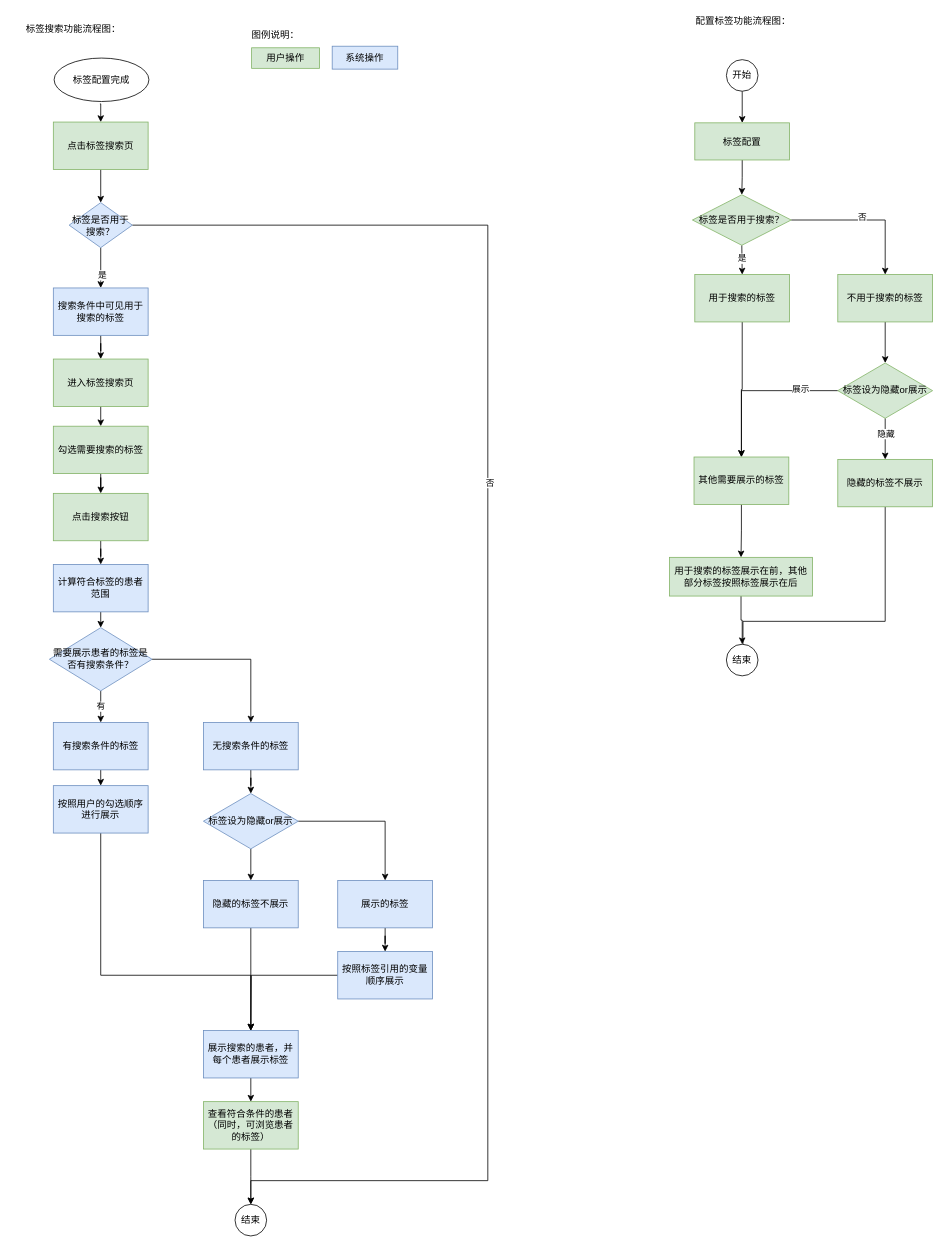
Before: 未命名绘图.drawio in ElsaTravel/hello-world, a draw.io diagram. Source tidied: cells renumbered, new cells numbered last; positions are measured from the earlier drawing's top-left corner, leaving out a move shared by most shapes. Both pictures are drawn from the tidied source at 79%, with x=0, y=0 at pixel (13, 13).
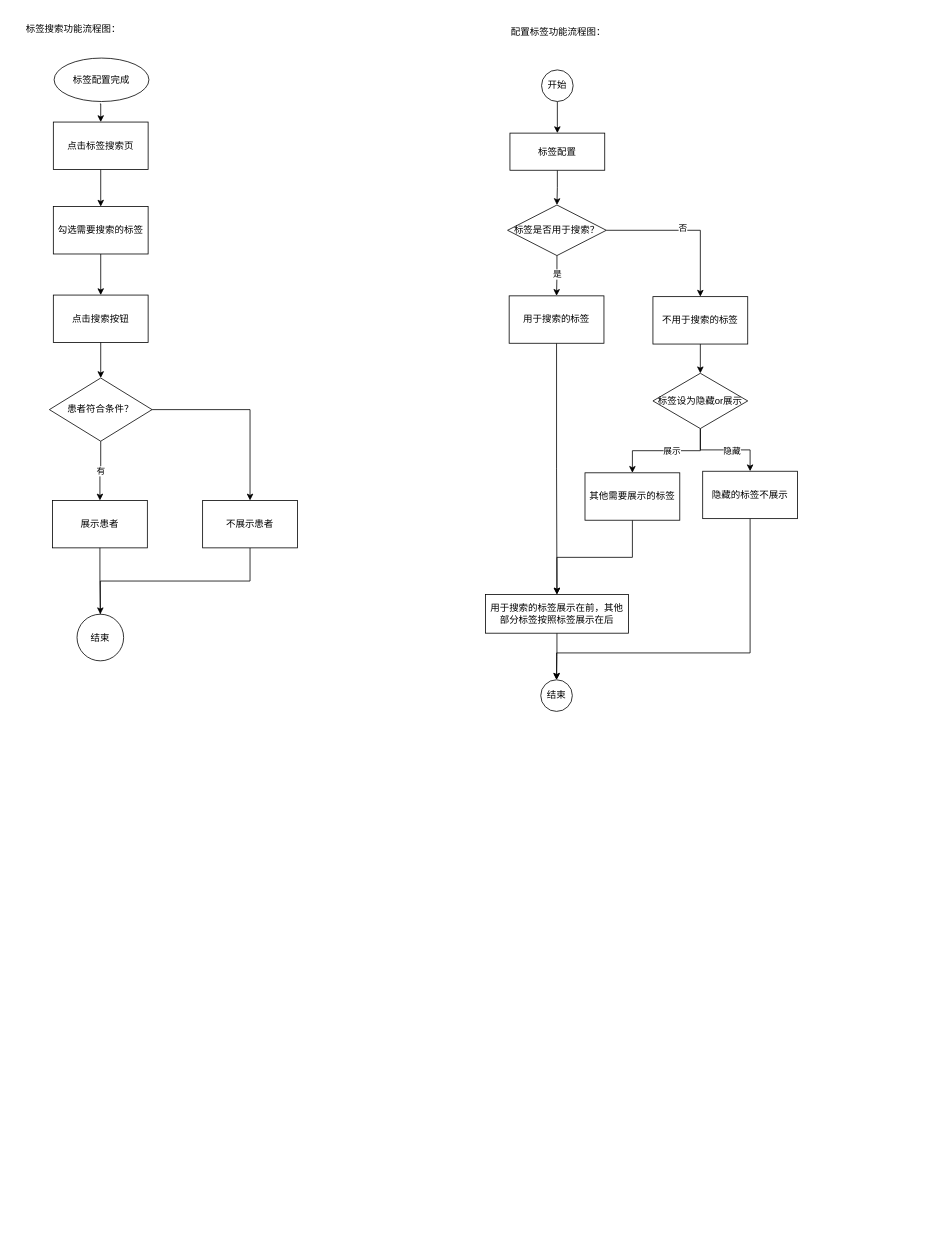
After the change.

Commit message:
更新未命名绘图.drawio

Unchanged cells that the change refers to:
```xml
<mxCell id="54" style="edgeStyle=orthogonalEdgeStyle;rounded=0;jettySize=auto;html=1;entryX=0.5;entryY=0;entryDx=0;entryDy=0;" parent="1" edge="1" source="58" target="60">
  <mxGeometry relative="1" as="geometry" />
</mxCell>
<mxCell id="56" style="edgeStyle=orthogonalEdgeStyle;rounded=0;jettySize=auto;html=1;entryX=0.5;entryY=0;entryDx=0;entryDy=0;" parent="1" edge="1" source="58" target="62">
  <mxGeometry relative="1" as="geometry" />
</mxCell>
```

What changed in the source:
```diff
@@
-    <mxCell id="2" style="edgeStyle=orthogonalEdgeStyle;rounded=0;jettySize=auto;html=1;" parent="1" edge="1" source="3" target="8">
+    <mxCell id="2" style="edgeStyle=orthogonalEdgeStyle;rounded=0;jettySize=auto;html=1;entryX=0.5;entryY=0;entryDx=0;entryDy=0;" parent="1" edge="1" source="3" target="15">
       <mxGeometry relative="1" as="geometry" />
     </mxCell>
-    <mxCell id="3" value="点击标签搜索页" style="rounded=0;whiteSpace=wrap;html=1;fillColor=#d5e8d4;strokeColor=#82b366;" parent="1" vertex="1">
+    <mxCell id="3" value="点击标签搜索页" style="rounded=0;whiteSpace=wrap;html=1;" parent="1" vertex="1">
       <mxGeometry x="50" y="137" width="120" height="60" as="geometry" />
     </mxCell>
-    <mxCell id="4" style="edgeStyle=orthogonalEdgeStyle;rounded=0;jettySize=auto;html=1;entryX=0.5;entryY=0;entryDx=0;entryDy=0;exitX=1;exitY=0.5;exitDx=0;exitDy=0;" parent="1" edge="1" source="8" target="44">
-      <mxGeometry relative="1" as="geometry">
-        <Array as="points">
-          <mxPoint x="600" y="268" />
-          <mxPoint x="600" y="1477" />
-          <mxPoint x="300" y="1477" />
-        </Array>
-      </mxGeometry>
-    </mxCell>
-    <mxCell id="5" value="否" style="edgeLabel;html=1;align=center;verticalAlign=middle;" parent="4" vertex="1">
-      <mxGeometry x="-0.22" y="2" relative="1" as="geometry" />
-    </mxCell>
-    <mxCell id="6" style="edgeStyle=orthogonalEdgeStyle;rounded=0;jettySize=auto;html=1;exitX=0.5;exitY=1;exitDx=0;exitDy=0;" parent="1" edge="1" source="8" target="11">
-      <mxGeometry relative="1" as="geometry" />
-    </mxCell>
-    <mxCell id="7" value="是" style="edgeLabel;html=1;align=center;verticalAlign=middle;" parent="6" vertex="1">
-      <mxGeometry x="0.33" y="1" relative="1" as="geometry" />
-    </mxCell>
-    <mxCell id="8" value="标签是否用于搜索？" style="rhombus;whiteSpace=wrap;html=1;fillColor=#dae8fc;strokeColor=#6c8ebf;" parent="1" vertex="1">
-      <mxGeometry x="70" y="239" width="80" height="57" as="geometry" />
-    </mxCell>
@@
-    <mxCell id="10" style="edgeStyle=orthogonalEdgeStyle;rounded=0;jettySize=auto;html=1;entryX=0.5;entryY=0;entryDx=0;entryDy=0;" parent="1" edge="1" source="11" target="13">
-      <mxGeometry relative="1" as="geometry" />
-    </mxCell>
-    <mxCell id="11" value="搜索条件中可见用于搜索的标签" style="rounded=0;whiteSpace=wrap;html=1;fillColor=#dae8fc;strokeColor=#6c8ebf;" parent="1" vertex="1">
-      <mxGeometry x="50" y="347" width="120" height="60" as="geometry" />
-    </mxCell>
-    <mxCell id="12" style="edgeStyle=orthogonalEdgeStyle;rounded=0;jettySize=auto;html=1;exitX=0.5;exitY=1;exitDx=0;exitDy=0;entryX=0.5;entryY=0;entryDx=0;entryDy=0;" parent="1" edge="1" source="13" target="15">
-      <mxGeometry relative="1" as="geometry" />
-    </mxCell>
-    <mxCell id="13" value="进入标签搜索页" style="rounded=0;whiteSpace=wrap;html=1;fillColor=#d5e8d4;strokeColor=#82b366;" parent="1" vertex="1">
-      <mxGeometry x="50" y="437" width="120" height="60" as="geometry" />
-    </mxCell>
@@
-    <mxCell id="15" value="勾选需要搜索的标签" style="rounded=0;whiteSpace=wrap;html=1;fillColor=#d5e8d4;strokeColor=#82b366;" parent="1" vertex="1">
-      <mxGeometry x="50" y="522" width="120" height="60" as="geometry" />
+    <mxCell id="15" value="勾选需要搜索的标签" style="rounded=0;whiteSpace=wrap;html=1;" parent="1" vertex="1">
+      <mxGeometry x="50" y="244" width="120" height="60" as="geometry" />
     </mxCell>
-    <mxCell id="16" value="用户操作" style="rounded=0;whiteSpace=wrap;html=1;fillColor=#d5e8d4;strokeColor=#82b366;" parent="1" vertex="1">
-      <mxGeometry x="301" y="43" width="86" height="26" as="geometry" />
-    </mxCell>
-    <mxCell id="17" value="系统操作" style="rounded=0;whiteSpace=wrap;html=1;fillColor=#dae8fc;strokeColor=#6c8ebf;" parent="1" vertex="1">
-      <mxGeometry x="403" y="41" width="83" height="29" as="geometry" />
-    </mxCell>
-    <mxCell id="18" style="edgeStyle=orthogonalEdgeStyle;rounded=0;jettySize=auto;html=1;entryX=0.5;entryY=0;entryDx=0;entryDy=0;" parent="1" edge="1" source="19" target="21">
-      <mxGeometry relative="1" as="geometry" />
-    </mxCell>
-    <mxCell id="19" value="点击搜索按钮" style="rounded=0;whiteSpace=wrap;html=1;fillColor=#d5e8d4;strokeColor=#82b366;" parent="1" vertex="1">
-      <mxGeometry x="50" y="607" width="120" height="60" as="geometry" />
+    <mxCell id="19" value="点击搜索按钮" style="rounded=0;whiteSpace=wrap;html=1;" parent="1" vertex="1">
+      <mxGeometry x="50" y="356" width="120" height="60" as="geometry" />
     </mxCell>
-    <mxCell id="20" style="edgeStyle=orthogonalEdgeStyle;rounded=0;jettySize=auto;html=1;exitX=0.5;exitY=1;exitDx=0;exitDy=0;entryX=0.5;entryY=0;entryDx=0;entryDy=0;" parent="1" edge="1" source="21" target="24">
+    <mxCell id="20" style="edgeStyle=orthogonalEdgeStyle;rounded=0;jettySize=auto;html=1;exitX=0.5;exitY=1;exitDx=0;exitDy=0;entryX=0.5;entryY=0;entryDx=0;entryDy=0;fillColor=#d5e8d4;" parent="1" edge="1" source="19" target="24">
       <mxGeometry relative="1" as="geometry" />
     </mxCell>
-    <mxCell id="21" value="计算符合标签的患者范围" style="rounded=0;whiteSpace=wrap;html=1;fillColor=#dae8fc;strokeColor=#6c8ebf;" parent="1" vertex="1">
-      <mxGeometry x="50" y="697" width="120" height="60" as="geometry" />
-    </mxCell>
@@
-    <mxCell id="24" value="需要展示患者的标签是否有搜索条件？" style="rhombus;whiteSpace=wrap;html=1;fillColor=#dae8fc;strokeColor=#6c8ebf;" parent="1" vertex="1">
-      <mxGeometry x="45" y="777" width="130" height="80" as="geometry" />
+    <mxCell id="24" value="患者符合条件？" style="rhombus;whiteSpace=wrap;html=1;" parent="1" vertex="1">
+      <mxGeometry x="45" y="461" width="130" height="80" as="geometry" />
     </mxCell>
-    <mxCell id="25" style="edgeStyle=orthogonalEdgeStyle;rounded=0;jettySize=auto;html=1;exitX=0.5;exitY=1;exitDx=0;exitDy=0;entryX=0.5;entryY=0;entryDx=0;entryDy=0;" parent="1" edge="1" source="26" target="30">
-      <mxGeometry relative="1" as="geometry" />
-    </mxCell>
-    <mxCell id="26" value="有搜索条件的标签" style="rounded=0;whiteSpace=wrap;html=1;fillColor=#dae8fc;strokeColor=#6c8ebf;" parent="1" vertex="1">
-      <mxGeometry x="50" y="897" width="120" height="60" as="geometry" />
+    <mxCell id="26" value="展示患者" style="rounded=0;whiteSpace=wrap;html=1;" parent="1" vertex="1">
+      <mxGeometry x="49" y="616" width="120" height="60" as="geometry" />
     </mxCell>
-    <mxCell id="27" style="edgeStyle=orthogonalEdgeStyle;rounded=0;jettySize=auto;html=1;entryX=0.5;entryY=0;entryDx=0;entryDy=0;" parent="1" edge="1" source="28" target="33">
-      <mxGeometry relative="1" as="geometry" />
-    </mxCell>
+    <mxCell id="75" style="edgeStyle=orthogonalEdgeStyle;rounded=0;jettySize=auto;html=1;exitX=0.5;exitY=1;exitDx=0;exitDy=0;" parent="1" edge="1" source="28" target="44">
+      <mxGeometry relative="1" as="geometry" />
+    </mxCell>
-    <mxCell id="28" value="无搜索条件的标签" style="rounded=0;whiteSpace=wrap;html=1;fillColor=#dae8fc;strokeColor=#6c8ebf;" parent="1" vertex="1">
-      <mxGeometry x="240" y="897" width="120" height="60" as="geometry" />
+    <mxCell id="28" value="不展示患者" style="rounded=0;whiteSpace=wrap;html=1;" parent="1" vertex="1">
+      <mxGeometry x="239" y="616" width="120" height="60" as="geometry" />
     </mxCell>
-    <mxCell id="29" style="edgeStyle=orthogonalEdgeStyle;rounded=0;jettySize=auto;html=1;exitX=0.5;exitY=1;exitDx=0;exitDy=0;" parent="1" edge="1" source="30" target="41">
-      <mxGeometry relative="1" as="geometry">
-        <Array as="points">
-          <mxPoint x="110" y="1217" />
-          <mxPoint x="300" y="1217" />
-        </Array>
-      </mxGeometry>
-    </mxCell>
-    <mxCell id="30" value="按照用户的勾选顺序进行展示" style="rounded=0;whiteSpace=wrap;html=1;fillColor=#dae8fc;strokeColor=#6c8ebf;" parent="1" vertex="1">
-      <mxGeometry x="50" y="977" width="120" height="60" as="geometry" />
-    </mxCell>
-    <mxCell id="31" style="edgeStyle=orthogonalEdgeStyle;rounded=0;jettySize=auto;html=1;entryX=0.5;entryY=0;entryDx=0;entryDy=0;" parent="1" edge="1" source="33" target="35">
-      <mxGeometry relative="1" as="geometry" />
-    </mxCell>
-    <mxCell id="32" style="edgeStyle=orthogonalEdgeStyle;rounded=0;jettySize=auto;html=1;entryX=0.5;entryY=0;entryDx=0;entryDy=0;" parent="1" edge="1" source="33" target="37">
-      <mxGeometry relative="1" as="geometry" />
-    </mxCell>
-    <mxCell id="33" value="标签设为隐藏or展示" style="rhombus;whiteSpace=wrap;html=1;fillColor=#dae8fc;strokeColor=#6c8ebf;" parent="1" vertex="1">
-      <mxGeometry x="240" y="987" width="120" height="70" as="geometry" />
-    </mxCell>
-    <mxCell id="34" style="edgeStyle=orthogonalEdgeStyle;rounded=0;jettySize=auto;html=1;" parent="1" edge="1" source="35" target="41">
-      <mxGeometry relative="1" as="geometry" />
-    </mxCell>
-    <mxCell id="35" value="隐藏的标签不展示" style="rounded=0;whiteSpace=wrap;html=1;fillColor=#dae8fc;strokeColor=#6c8ebf;" parent="1" vertex="1">
-      <mxGeometry x="240" y="1097" width="120" height="60" as="geometry" />
-    </mxCell>
-    <mxCell id="36" style="edgeStyle=orthogonalEdgeStyle;rounded=0;jettySize=auto;html=1;entryX=0.5;entryY=0;entryDx=0;entryDy=0;" parent="1" edge="1" source="37" target="39">
-      <mxGeometry relative="1" as="geometry" />
+    <mxCell id="36" style="edgeStyle=orthogonalEdgeStyle;rounded=0;orthogonalLoop=1;jettySize=auto;html=1;entryX=0.5;entryY=0;entryDx=0;entryDy=0;" parent="1" edge="1">
+      <mxGeometry relative="1" as="geometry">
+        <mxPoint x="470" y="1157" as="sourcePoint" />
+      </mxGeometry>
     </mxCell>
-    <mxCell id="37" value="展示的标签" style="rounded=0;whiteSpace=wrap;html=1;fillColor=#dae8fc;strokeColor=#6c8ebf;" parent="1" vertex="1">
-      <mxGeometry x="410" y="1097" width="120" height="60" as="geometry" />
-    </mxCell>
-    <mxCell id="38" style="edgeStyle=orthogonalEdgeStyle;rounded=0;jettySize=auto;html=1;" parent="1" edge="1" source="39">
-      <mxGeometry relative="1" as="geometry">
-        <mxPoint x="300" y="1287" as="targetPoint" />
-      </mxGeometry>
-    </mxCell>
-    <mxCell id="39" value="按照标签引用的变量顺序展示" style="rounded=0;whiteSpace=wrap;html=1;fillColor=#dae8fc;strokeColor=#6c8ebf;" parent="1" vertex="1">
-      <mxGeometry x="410" y="1187" width="120" height="60" as="geometry" />
-    </mxCell>
-    <mxCell id="40" style="edgeStyle=orthogonalEdgeStyle;rounded=0;jettySize=auto;html=1;exitX=0.5;exitY=1;exitDx=0;exitDy=0;entryX=0.5;entryY=0;entryDx=0;entryDy=0;" parent="1" edge="1" source="41" target="43">
-      <mxGeometry relative="1" as="geometry" />
-    </mxCell>
-    <mxCell id="41" value="展示搜索的患者，并每个患者展示标签" style="rounded=0;whiteSpace=wrap;html=1;fillColor=#dae8fc;strokeColor=#6c8ebf;" parent="1" vertex="1">
-      <mxGeometry x="240" y="1287" width="120" height="60" as="geometry" />
-    </mxCell>
-    <mxCell id="42" style="edgeStyle=orthogonalEdgeStyle;rounded=0;jettySize=auto;html=1;exitX=0.5;exitY=1;exitDx=0;exitDy=0;" parent="1" edge="1" source="43">
-      <mxGeometry relative="1" as="geometry">
-        <mxPoint x="300" y="1507" as="targetPoint" />
-      </mxGeometry>
-    </mxCell>
-    <mxCell id="43" value="查看符合条件的患者（同时，可浏览患者的标签）" style="rounded=0;whiteSpace=wrap;html=1;fillColor=#d5e8d4;strokeColor=#82b366;" parent="1" vertex="1">
-      <mxGeometry x="240" y="1377" width="120" height="60" as="geometry" />
-    </mxCell>
-    <mxCell id="44" value="结束" style="ellipse;whiteSpace=wrap;html=1;" parent="1" vertex="1">
-      <mxGeometry x="280" y="1507" width="40" height="40" as="geometry" />
-    </mxCell>
-    <mxCell id="45" value="图例说明：" style="text;html=1;strokeColor=none;fillColor=none;align=center;verticalAlign=middle;whiteSpace=wrap;rounded=0;" parent="1" vertex="1">
-      <mxGeometry x="297" y="17" width="69" height="20" as="geometry" />
-    </mxCell>
@@
     <mxCell id="47" value="配置标签功能流程图：" style="text;html=1;strokeColor=none;fillColor=none;align=center;verticalAlign=middle;whiteSpace=wrap;rounded=0;" parent="1" vertex="1">
-      <mxGeometry x="848" width="151" height="20" as="geometry" />
+      <mxGeometry x="614" y="13" width="151" height="20" as="geometry" />
     </mxCell>
@@
     <mxCell id="49" value="开始" style="ellipse;whiteSpace=wrap;html=1;" parent="1" vertex="1">
-      <mxGeometry x="902" y="58" width="40" height="40" as="geometry" />
+      <mxGeometry x="668" y="71" width="40" height="40" as="geometry" />
     </mxCell>
@@
-    <mxCell id="51" value="标签配置" style="rounded=0;whiteSpace=wrap;html=1;fillColor=#d5e8d4;strokeColor=#82b366;" parent="1" vertex="1">
-      <mxGeometry x="862" y="138" width="120" height="47" as="geometry" />
+    <mxCell id="51" value="标签配置" style="rounded=0;whiteSpace=wrap;html=1;" parent="1" vertex="1">
+      <mxGeometry x="628" y="151" width="120" height="47" as="geometry" />
     </mxCell>
@@
-    <mxCell id="53" value="不用于搜索的标签" style="rounded=0;whiteSpace=wrap;html=1;fillColor=#d5e8d4;strokeColor=#82b366;" parent="1" vertex="1">
-      <mxGeometry x="1043" y="330" width="120" height="60" as="geometry" />
+    <mxCell id="53" value="不用于搜索的标签" style="rounded=0;whiteSpace=wrap;html=1;" parent="1" vertex="1">
+      <mxGeometry x="809" y="358" width="120" height="60" as="geometry" />
     </mxCell>
@@
     <mxCell id="55" value="隐藏" style="edgeLabel;html=1;align=center;verticalAlign=middle;" parent="54" vertex="1">
-      <mxGeometry x="-0.27" relative="1" as="geometry" />
+      <mxGeometry x="-0.27" relative="1" as="geometry">
+        <mxPoint x="23" y="1" as="offset" />
+      </mxGeometry>
     </mxCell>
@@
     <mxCell id="57" value="展示" style="edgeLabel;html=1;align=center;verticalAlign=middle;" parent="56" vertex="1">
-      <mxGeometry x="-0.53" y="-3" relative="1" as="geometry" />
+      <mxGeometry x="-0.53" y="-3" relative="1" as="geometry">
+        <mxPoint x="-32" y="3" as="offset" />
+      </mxGeometry>
     </mxCell>
-    <mxCell id="58" value="标签设为隐藏or展示" style="rhombus;whiteSpace=wrap;html=1;fillColor=#d5e8d4;strokeColor=#82b366;" parent="1" vertex="1">
-      <mxGeometry x="1043" y="442" width="120" height="70" as="geometry" />
+    <mxCell id="58" value="标签设为隐藏or展示" style="rhombus;whiteSpace=wrap;html=1;" parent="1" vertex="1">
+      <mxGeometry x="809" y="455" width="120" height="70" as="geometry" />
     </mxCell>
-    <mxCell id="59" style="edgeStyle=orthogonalEdgeStyle;rounded=0;jettySize=auto;html=1;exitX=0.5;exitY=1;exitDx=0;exitDy=0;entryX=0.5;entryY=0;entryDx=0;entryDy=0;" parent="1" edge="1" source="60" target="74">
+    <mxCell id="59" style="edgeStyle=orthogonalEdgeStyle;rounded=0;jettySize=auto;html=1;strokeColor=#000000;" parent="1" edge="1" source="60" target="74">
       <mxGeometry relative="1" as="geometry">
         <Array as="points">
-          <mxPoint x="1103" y="769" />
-          <mxPoint x="923" y="769" />
-          <mxPoint x="923" y="825" />
+          <mxPoint x="932" y="809" />
+          <mxPoint x="687" y="809" />
         </Array>
       </mxGeometry>
     </mxCell>
-    <mxCell id="60" value="隐藏的标签不展示" style="rounded=0;whiteSpace=wrap;html=1;fillColor=#d5e8d4;strokeColor=#82b366;" parent="1" vertex="1">
-      <mxGeometry x="1043" y="564" width="120" height="60" as="geometry" />
+    <mxCell id="60" value="隐藏的标签不展示" style="rounded=0;whiteSpace=wrap;html=1;" parent="1" vertex="1">
+      <mxGeometry x="872" y="579" width="120" height="60" as="geometry" />
     </mxCell>
@@
-    <mxCell id="62" value="其他需要展示的标签" style="rounded=0;whiteSpace=wrap;html=1;fillColor=#d5e8d4;strokeColor=#82b366;" parent="1" vertex="1">
-      <mxGeometry x="861" y="561" width="120" height="60" as="geometry" />
+    <mxCell id="62" value="其他需要展示的标签" style="rounded=0;whiteSpace=wrap;html=1;" parent="1" vertex="1">
+      <mxGeometry x="723" y="581" width="120" height="60" as="geometry" />
     </mxCell>
@@
-    <mxCell id="64" value="用于搜索的标签展示在前，其他部分标签按照标签展示在后" style="rounded=0;whiteSpace=wrap;html=1;fillColor=#d5e8d4;strokeColor=#82b366;" parent="1" vertex="1">
-      <mxGeometry x="830" y="688" width="181" height="49" as="geometry" />
+    <mxCell id="64" value="用于搜索的标签展示在前，其他部分标签按照标签展示在后" style="rounded=0;whiteSpace=wrap;html=1;" parent="1" vertex="1">
+      <mxGeometry x="597" y="735" width="181" height="49" as="geometry" />
     </mxCell>
@@
-    <mxCell id="69" value="标签是否用于搜索？" style="rhombus;whiteSpace=wrap;html=1;fillColor=#d5e8d4;strokeColor=#82b366;" parent="1" vertex="1">
-      <mxGeometry x="859" y="229" width="125" height="64" as="geometry" />
+    <mxCell id="69" value="标签是否用于搜索？" style="rhombus;whiteSpace=wrap;html=1;" parent="1" vertex="1">
+      <mxGeometry x="625" y="242" width="125" height="64" as="geometry" />
     </mxCell>
@@
-    <mxCell id="72" style="edgeStyle=orthogonalEdgeStyle;rounded=0;jettySize=auto;html=1;" parent="1" edge="1" source="73" target="62">
+    <mxCell id="72" style="edgeStyle=orthogonalEdgeStyle;rounded=0;jettySize=auto;html=1;entryX=0.5;entryY=0;entryDx=0;entryDy=0;" parent="1" edge="1" source="73" target="64">
       <mxGeometry relative="1" as="geometry" />
     </mxCell>
-    <mxCell id="73" value="用于搜索的标签" style="rounded=0;whiteSpace=wrap;html=1;fillColor=#d5e8d4;strokeColor=#82b366;" parent="1" vertex="1">
-      <mxGeometry x="862" y="330" width="120" height="60" as="geometry" />
+    <mxCell id="73" value="用于搜索的标签" style="rounded=0;whiteSpace=wrap;html=1;" parent="1" vertex="1">
+      <mxGeometry x="627" y="357" width="120" height="60" as="geometry" />
     </mxCell>
     <mxCell id="74" value="结束" style="ellipse;whiteSpace=wrap;html=1;" parent="1" vertex="1">
-      <mxGeometry x="902" y="798" width="40" height="40" as="geometry" />
+      <mxGeometry x="667" y="843" width="40" height="40" as="geometry" />
     </mxCell>
+    <mxCell id="44" value="结束" style="ellipse;whiteSpace=wrap;html=1;" parent="1" vertex="1">
+      <mxGeometry x="80" y="760" width="59" height="59" as="geometry" />
+    </mxCell>
+    <mxCell id="76" style="edgeStyle=orthogonalEdgeStyle;rounded=0;jettySize=auto;html=1;exitX=0.5;exitY=1;exitDx=0;exitDy=0;endArrow=none;" parent="1" edge="1" source="26" target="44">
+      <mxGeometry relative="1" as="geometry" />
+    </mxCell>
```
